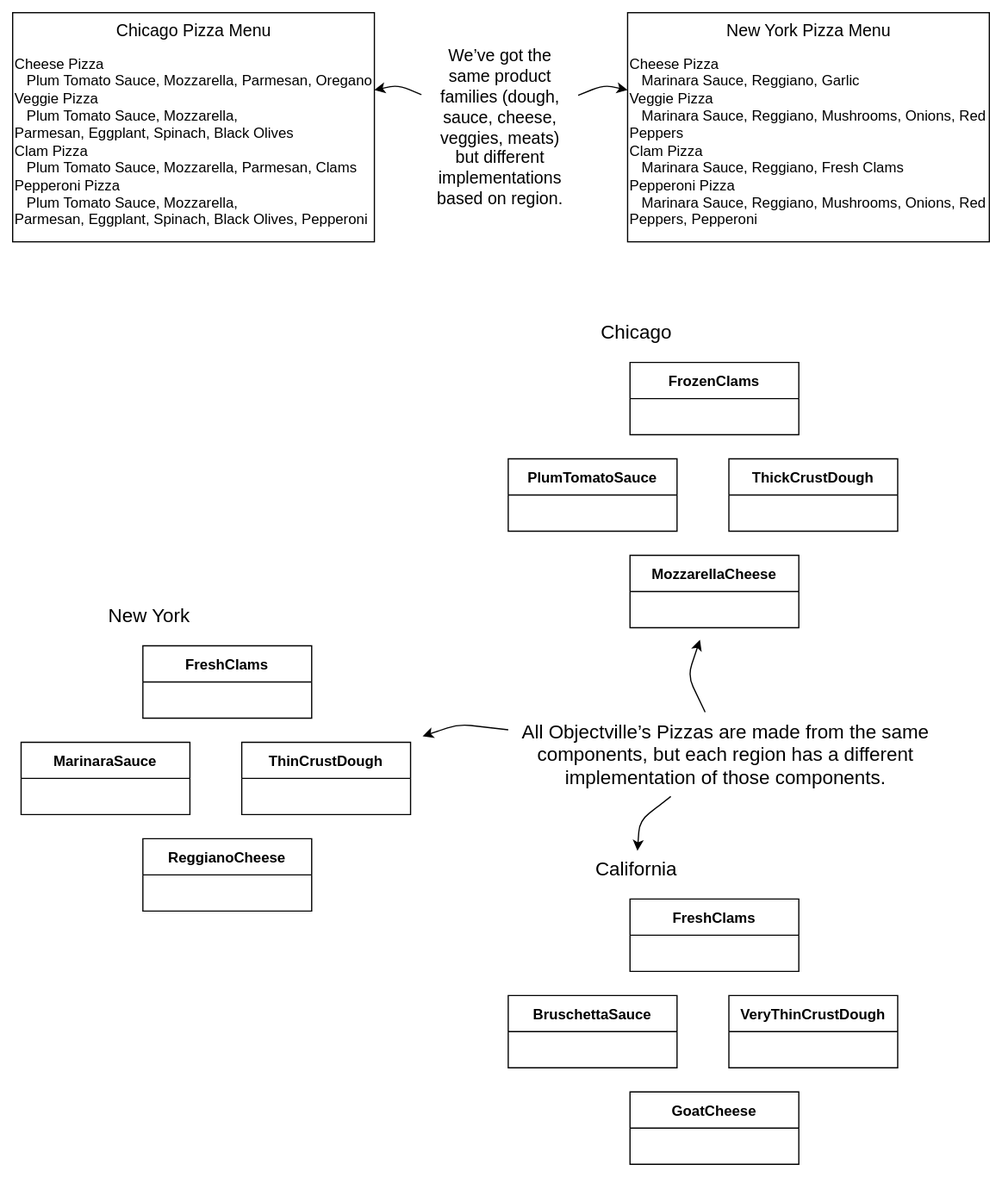
Above: head-first-design-patterns/diagrams/svg/04_04_pizza_store_factory_pattern.drawio.svg in huyurt/book-summary (draw.io), before the change. Source tidied: cells renumbered, new cells last; positions are measured from the earlier drawing's top-left corner, leaving out a move shared by most shapes.
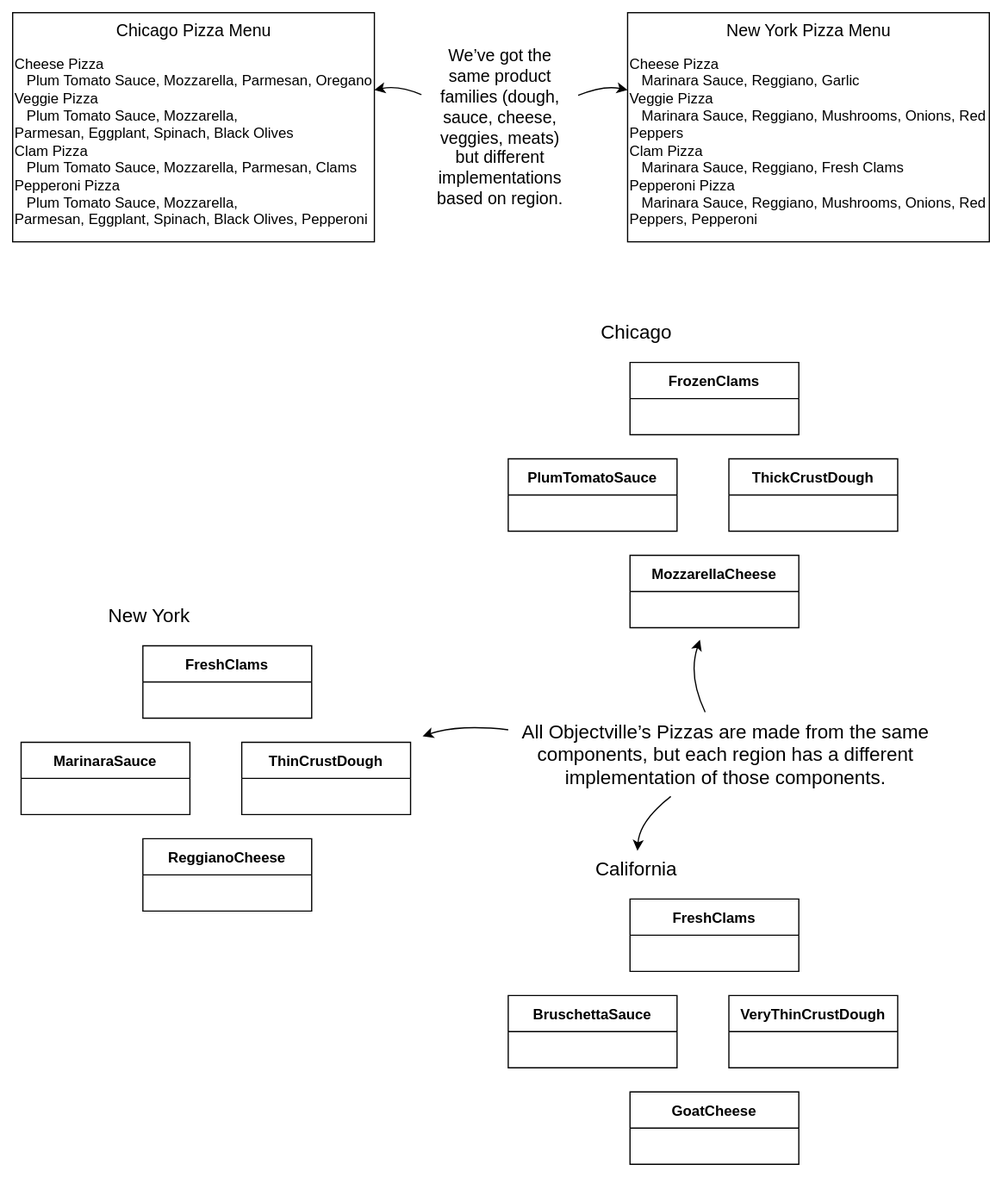
Later version of the same file.

What changed in the source:
```diff
@@ -23,14 +23,14 @@
     <mxCell id="8" value="&lt;div&gt;We’ve got the&lt;/div&gt;&lt;div&gt;same product&lt;/div&gt;&lt;div&gt;families (dough,&lt;/div&gt;&lt;div&gt;sauce, cheese,&lt;/div&gt;&lt;div&gt;veggies, meats)&lt;/div&gt;&lt;div&gt;but different&lt;/div&gt;&lt;div&gt;implementations&lt;/div&gt;&lt;div&gt;based on region.&lt;/div&gt;" style="text;html=1;align=center;verticalAlign=middle;points=[];strokeColor=none;fillColor=none;fontSize=14;" parent="1" vertex="1">
       <mxGeometry x="339" y="20" width="130" height="150" as="geometry" />
     </mxCell>
-    <mxCell id="9" style="endArrow=classic;html=1;rounded=1;fontSize=14;" parent="1" edge="1" source="8" target="3">
+    <mxCell id="9" style="endArrow=classic;html=1;fontSize=14;curved=1;" parent="1" edge="1" source="8" target="3">
       <mxGeometry relative="1" as="geometry">
         <Array as="points">
           <mxPoint x="320" y="60" />
         </Array>
       </mxGeometry>
     </mxCell>
-    <mxCell id="10" style="endArrow=classic;html=1;rounded=1;fontSize=14;" parent="1" edge="1" source="8" target="6">
+    <mxCell id="10" style="endArrow=classic;html=1;fontSize=14;curved=1;" parent="1" edge="1" source="8" target="6">
       <mxGeometry relative="1" as="geometry">
         <Array as="points">
           <mxPoint x="490" y="60" />
@@ -94,14 +94,14 @@
     <mxCell id="29" value="California" style="text;html=1;align=center;verticalAlign=middle;points=[];strokeColor=none;fillColor=none;fontSize=16;" parent="24" vertex="1">
       <mxGeometry x="61" width="90" height="30" as="geometry" />
     </mxCell>
-    <mxCell id="30" style="endArrow=classic;html=1;rounded=1;fontSize=16;" parent="1" edge="1" source="11" target="29">
+    <mxCell id="30" style="endArrow=classic;html=1;fontSize=16;curved=1;" parent="1" edge="1" source="11" target="29">
       <mxGeometry relative="1" as="geometry">
         <Array as="points">
           <mxPoint x="520" y="670" />
         </Array>
       </mxGeometry>
     </mxCell>
-    <mxCell id="31" style="endArrow=classic;html=1;rounded=1;fontSize=16;" parent="1" edge="1" source="11">
+    <mxCell id="31" style="endArrow=classic;html=1;fontSize=16;curved=1;" parent="1" edge="1" source="11">
       <mxGeometry relative="1" as="geometry">
         <mxPoint x="570" y="520" as="targetPoint" />
         <Array as="points">
@@ -109,7 +109,7 @@
         </Array>
       </mxGeometry>
     </mxCell>
-    <mxCell id="32" style="endArrow=classic;html=1;rounded=1;fontSize=16;" parent="1" edge="1" source="11">
+    <mxCell id="32" style="endArrow=classic;html=1;fontSize=16;curved=1;" parent="1" edge="1" source="11">
       <mxGeometry relative="1" as="geometry">
         <mxPoint x="340" y="600" as="targetPoint" />
         <Array as="points">
```
